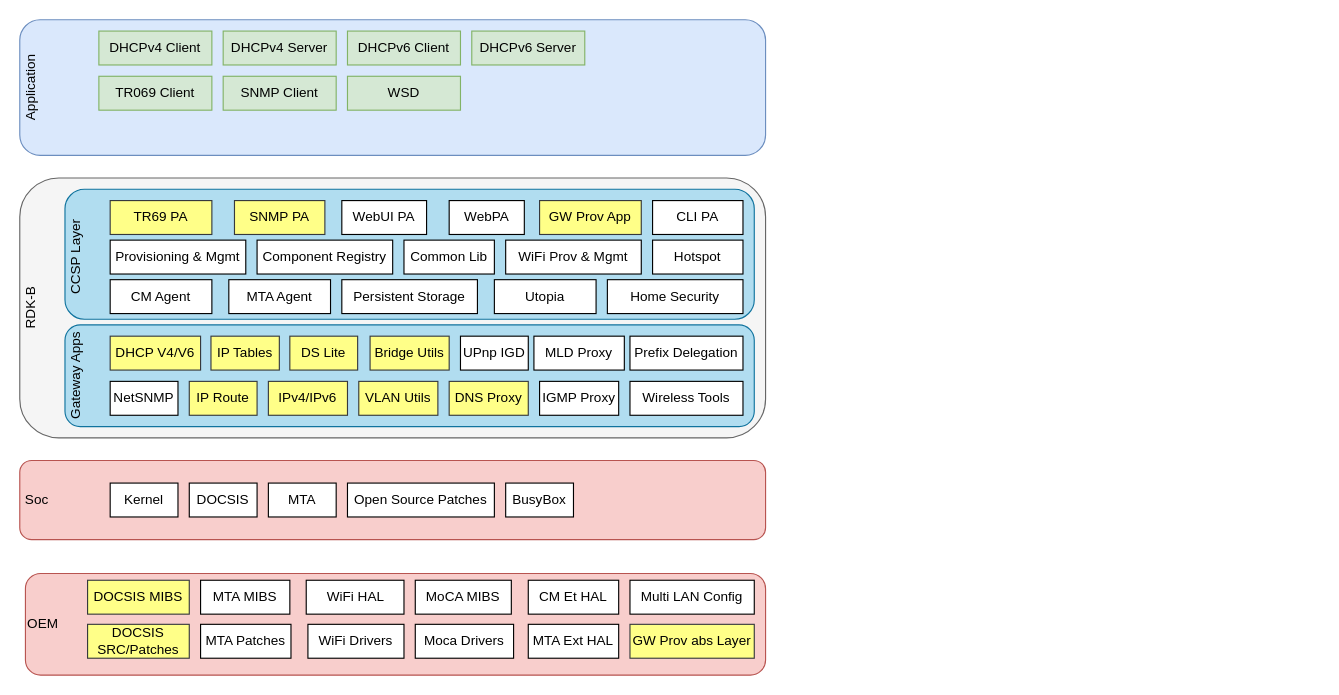
The draw.io diagram page "Architecture" (3 of 4) of Puma7.drawio in nelsonchung/drawio, before the edit. Source tidied: cells renumbered, new cells numbered last; positions are measured from the earlier drawing's top-left corner, leaving out a move shared by most shapes. Both pictures are drawn from the tidied source at 113%, with x=0, y=0 at pixel (-3, 19).
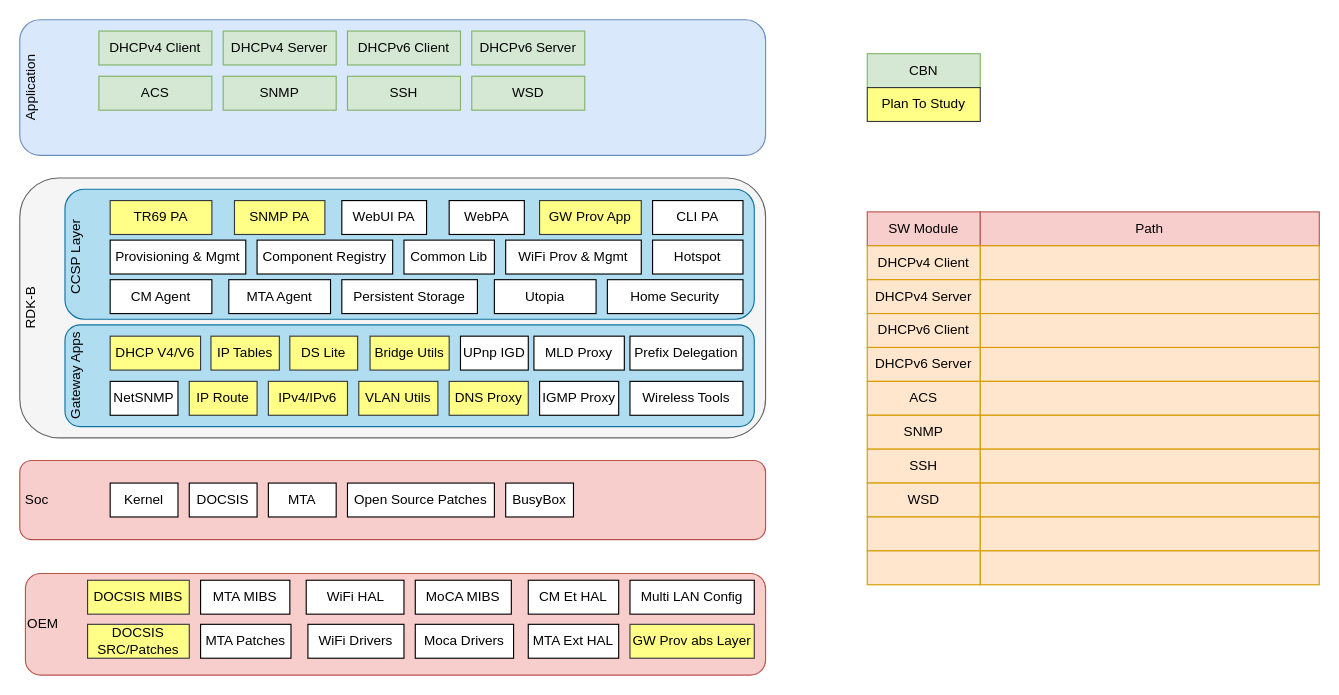
The same page after the edit.

The edit, as a diff of the source:
```diff
@@
-    <mxCell id="8" value="TR069 Client" style="rounded=0;whiteSpace=wrap;html=1;fillColor=#d5e8d4;strokeColor=#82b366;" parent="1" vertex="1">
+    <mxCell id="8" value="ACS" style="rounded=0;whiteSpace=wrap;html=1;fillColor=#d5e8d4;strokeColor=#82b366;" parent="1" vertex="1">
       <mxGeometry x="90" y="50" width="100" height="30" as="geometry" />
     </mxCell>
@@
-    <mxCell id="11" value="SNMP Client" style="rounded=0;whiteSpace=wrap;html=1;fillColor=#d5e8d4;strokeColor=#82b366;" parent="1" vertex="1">
+    <mxCell id="11" value="SNMP" style="rounded=0;whiteSpace=wrap;html=1;fillColor=#d5e8d4;strokeColor=#82b366;" parent="1" vertex="1">
       <mxGeometry x="200" y="50" width="100" height="30" as="geometry" />
     </mxCell>
-    <mxCell id="12" value="WSD" style="rounded=0;whiteSpace=wrap;html=1;fillColor=#d5e8d4;strokeColor=#82b366;" parent="1" vertex="1">
+    <mxCell id="12" value="SSH" style="rounded=0;whiteSpace=wrap;html=1;fillColor=#d5e8d4;strokeColor=#82b366;" parent="1" vertex="1">
       <mxGeometry x="310" y="50" width="100" height="30" as="geometry" />
     </mxCell>
@@
+    <mxCell id="68" value="WSD" style="rounded=0;whiteSpace=wrap;html=1;fillColor=#d5e8d4;strokeColor=#82b366;" parent="1" vertex="1">
+      <mxGeometry x="420" y="50" width="100" height="30" as="geometry" />
+    </mxCell>
+    <mxCell id="69" value="CBN" style="rounded=0;whiteSpace=wrap;html=1;fillColor=#d5e8d4;strokeColor=#82b366;" parent="1" vertex="1">
+      <mxGeometry x="770" y="30" width="100" height="30" as="geometry" />
+    </mxCell>
+    <mxCell id="70" value="Plan To Study" style="rounded=0;whiteSpace=wrap;html=1;fillColor=#ffff88;strokeColor=#36393d;" parent="1" vertex="1">
+      <mxGeometry x="770" y="60" width="100" height="30" as="geometry" />
+    </mxCell>
+    <mxCell id="71" value="SW Module" style="rounded=0;whiteSpace=wrap;html=1;fillColor=#f8cecc;strokeColor=#b85450;" parent="1" vertex="1">
+      <mxGeometry x="770" y="170" width="100" height="30" as="geometry" />
+    </mxCell>
+    <mxCell id="72" value="Path" style="rounded=0;whiteSpace=wrap;html=1;fillColor=#f8cecc;strokeColor=#b85450;" parent="1" vertex="1">
+      <mxGeometry x="870" y="170" width="300" height="30" as="geometry" />
+    </mxCell>
+    <mxCell id="73" value="DHCPv4 Client" style="rounded=0;whiteSpace=wrap;html=1;fillColor=#ffe6cc;strokeColor=#d79b00;" parent="1" vertex="1">
+      <mxGeometry x="770" y="200" width="100" height="30" as="geometry" />
+    </mxCell>
+    <mxCell id="74" style="rounded=0;whiteSpace=wrap;html=1;fillColor=#ffe6cc;strokeColor=#d79b00;" parent="1" vertex="1">
+      <mxGeometry x="870" y="200" width="300" height="30" as="geometry" />
+    </mxCell>
+    <mxCell id="75" value="DHCPv4 Server" style="rounded=0;whiteSpace=wrap;html=1;fillColor=#ffe6cc;strokeColor=#d79b00;" parent="1" vertex="1">
+      <mxGeometry x="770" y="230" width="100" height="30" as="geometry" />
+    </mxCell>
+    <mxCell id="76" style="rounded=0;whiteSpace=wrap;html=1;fillColor=#ffe6cc;strokeColor=#d79b00;" parent="1" vertex="1">
+      <mxGeometry x="870" y="230" width="300" height="30" as="geometry" />
+    </mxCell>
+    <mxCell id="77" value="DHCPv6 Client" style="rounded=0;whiteSpace=wrap;html=1;fillColor=#ffe6cc;strokeColor=#d79b00;" parent="1" vertex="1">
+      <mxGeometry x="770" y="260" width="100" height="30" as="geometry" />
+    </mxCell>
+    <mxCell id="78" style="rounded=0;whiteSpace=wrap;html=1;fillColor=#ffe6cc;strokeColor=#d79b00;" parent="1" vertex="1">
+      <mxGeometry x="870" y="260" width="300" height="30" as="geometry" />
+    </mxCell>
+    <mxCell id="79" value="DHCPv6 Server" style="rounded=0;whiteSpace=wrap;html=1;fillColor=#ffe6cc;strokeColor=#d79b00;" parent="1" vertex="1">
+      <mxGeometry x="770" y="290" width="100" height="30" as="geometry" />
+    </mxCell>
+    <mxCell id="80" style="rounded=0;whiteSpace=wrap;html=1;fillColor=#ffe6cc;strokeColor=#d79b00;" parent="1" vertex="1">
+      <mxGeometry x="870" y="290" width="300" height="30" as="geometry" />
+    </mxCell>
+    <mxCell id="81" value="ACS" style="rounded=0;whiteSpace=wrap;html=1;fillColor=#ffe6cc;strokeColor=#d79b00;" parent="1" vertex="1">
+      <mxGeometry x="770" y="320" width="100" height="30" as="geometry" />
+    </mxCell>
+    <mxCell id="82" style="rounded=0;whiteSpace=wrap;html=1;fillColor=#ffe6cc;strokeColor=#d79b00;" parent="1" vertex="1">
+      <mxGeometry x="870" y="320" width="300" height="30" as="geometry" />
+    </mxCell>
+    <mxCell id="83" value="SNMP" style="rounded=0;whiteSpace=wrap;html=1;fillColor=#ffe6cc;strokeColor=#d79b00;" parent="1" vertex="1">
+      <mxGeometry x="770" y="350" width="100" height="30" as="geometry" />
+    </mxCell>
+    <mxCell id="84" style="rounded=0;whiteSpace=wrap;html=1;fillColor=#ffe6cc;strokeColor=#d79b00;" parent="1" vertex="1">
+      <mxGeometry x="870" y="350" width="300" height="30" as="geometry" />
+    </mxCell>
+    <mxCell id="85" value="SSH" style="rounded=0;whiteSpace=wrap;html=1;fillColor=#ffe6cc;strokeColor=#d79b00;" parent="1" vertex="1">
+      <mxGeometry x="770" y="380" width="100" height="30" as="geometry" />
+    </mxCell>
+    <mxCell id="86" style="rounded=0;whiteSpace=wrap;html=1;fillColor=#ffe6cc;strokeColor=#d79b00;" parent="1" vertex="1">
+      <mxGeometry x="870" y="380" width="300" height="30" as="geometry" />
+    </mxCell>
+    <mxCell id="87" value="WSD" style="rounded=0;whiteSpace=wrap;html=1;fillColor=#ffe6cc;strokeColor=#d79b00;" parent="1" vertex="1">
+      <mxGeometry x="770" y="410" width="100" height="30" as="geometry" />
+    </mxCell>
+    <mxCell id="88" style="rounded=0;whiteSpace=wrap;html=1;fillColor=#ffe6cc;strokeColor=#d79b00;" parent="1" vertex="1">
+      <mxGeometry x="870" y="410" width="300" height="30" as="geometry" />
+    </mxCell>
+    <mxCell id="89" style="rounded=0;whiteSpace=wrap;html=1;fillColor=#ffe6cc;strokeColor=#d79b00;" parent="1" vertex="1">
+      <mxGeometry x="770" y="440" width="100" height="30" as="geometry" />
+    </mxCell>
+    <mxCell id="90" style="rounded=0;whiteSpace=wrap;html=1;fillColor=#ffe6cc;strokeColor=#d79b00;" parent="1" vertex="1">
+      <mxGeometry x="870" y="440" width="300" height="30" as="geometry" />
+    </mxCell>
+    <mxCell id="91" style="rounded=0;whiteSpace=wrap;html=1;fillColor=#ffe6cc;strokeColor=#d79b00;" parent="1" vertex="1">
+      <mxGeometry x="770" y="470" width="100" height="30" as="geometry" />
+    </mxCell>
+    <mxCell id="92" style="rounded=0;whiteSpace=wrap;html=1;fillColor=#ffe6cc;strokeColor=#d79b00;" parent="1" vertex="1">
+      <mxGeometry x="870" y="470" width="300" height="30" as="geometry" />
+    </mxCell>
```
